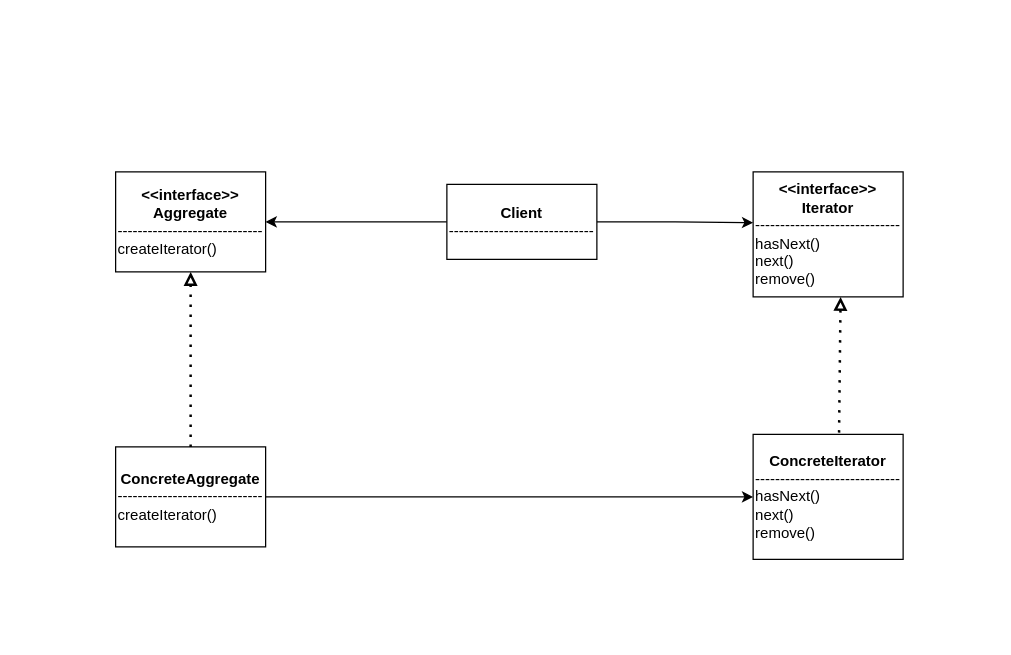
titcoi-eastlaos/diagrams- keeps this draw.io diagram as IteratorStructure.drawio. Above is the earlier version. Source tidied: cells renumbered, new cells numbered last; positions are measured from the earlier drawing's top-left corner, leaving out a move shared by most shapes. Both pictures are drawn from the tidied source at 125%, with x=0, y=0 at pixel (115, 171).
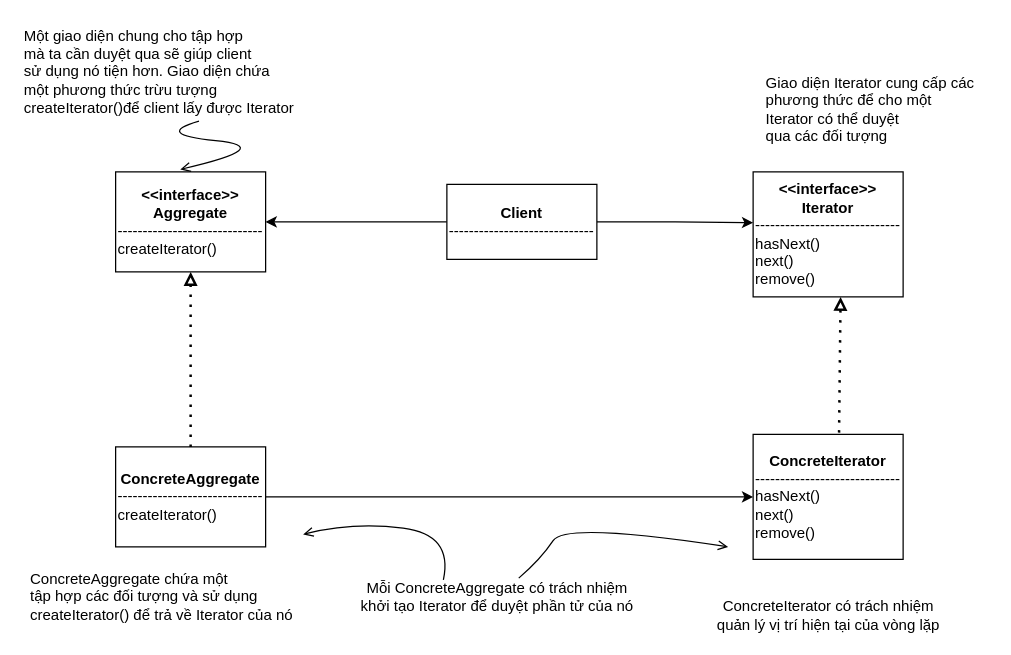
After the change.

Unchanged cells that the change refers to:
```xml
<mxCell id="2" value="&lt;b&gt;&amp;lt;&amp;lt;interface&amp;gt;&amp;gt;&lt;br&gt;Aggregate&lt;/b&gt;&lt;br&gt;-----------------------------&lt;br&gt;&lt;div style=&quot;text-align: left&quot;&gt;&lt;span&gt;createIterator()&lt;/span&gt;&lt;/div&gt;" style="rounded=0;whiteSpace=wrap;html=1;" parent="1" vertex="1">
  <mxGeometry width="120" height="80" as="geometry" />
</mxCell>
```

Change to the diagram source:
```diff
@@
+    <mxCell id="12" value="Một giao diện chung cho tập hợp&lt;br&gt;mà ta cần duyệt qua sẽ giúp client&amp;nbsp;&lt;br&gt;sử dụng nó tiện hơn. Giao diện chứa&lt;br&gt;một phương thức trừu tượng &lt;br&gt;createIterator()để client lấy được Iterator" style="text;html=1;align=left;verticalAlign=middle;points=[];strokeColor=none;fillColor=none;" parent="1" vertex="1">
+      <mxGeometry x="-75" y="-120" width="230" height="80" as="geometry" />
+    </mxCell>
+    <mxCell id="13" style="curved=1;endArrow=open;html=1;rounded=0;exitX=0.616;exitY=0.992;exitDx=0;exitDy=0;exitPerimeter=0;entryX=0.431;entryY=-0.025;entryDx=0;entryDy=0;entryPerimeter=0;endFill=0;" parent="1" edge="1" source="12" target="2">
+      <mxGeometry relative="1" as="geometry">
+        <Array as="points">
+          <mxPoint x="30" y="-30" />
+          <mxPoint x="130" y="-20" />
+        </Array>
+      </mxGeometry>
+    </mxCell>
+    <mxCell id="14" value="ConcreteAggregate chứa một&amp;nbsp;&lt;br&gt;tập hợp các đối tượng và sử dụng&lt;br&gt;createIterator() để trả về Iterator của nó&amp;nbsp;" style="text;html=1;align=left;verticalAlign=middle;strokeColor=none;fillColor=none;" parent="1" vertex="1">
+      <mxGeometry x="-70" y="315" width="230" height="50" as="geometry" />
+    </mxCell>
+    <mxCell id="15" value="ConcreteIterator có trách nhiệm &lt;br&gt;quản lý vị trí hiện tại của vòng lặp" style="text;html=1;align=center;verticalAlign=middle;strokeColor=none;fillColor=none;" parent="1" vertex="1">
+      <mxGeometry x="475" y="340" width="190" height="30" as="geometry" />
+    </mxCell>
+    <mxCell id="16" value="Mỗi ConcreteAggregate có trách nhiệm&lt;br&gt;khởi tạo Iterator để duyệt phần tử của nó" style="text;html=1;align=center;verticalAlign=middle;points=[];strokeColor=none;fillColor=none;" parent="1" vertex="1">
+      <mxGeometry x="190" y="325" width="230" height="30" as="geometry" />
+    </mxCell>
+    <mxCell id="17" style="curved=1;endArrow=open;html=1;rounded=0;endFill=0;exitX=0.314;exitY=0.044;exitDx=0;exitDy=0;exitPerimeter=0;" parent="1" edge="1" source="16">
+      <mxGeometry relative="1" as="geometry">
+        <mxPoint x="150" y="290" as="targetPoint" />
+        <Array as="points">
+          <mxPoint x="270" y="290" />
+          <mxPoint x="190" y="280" />
+        </Array>
+      </mxGeometry>
+    </mxCell>
+    <mxCell id="18" style="curved=1;endArrow=open;html=1;rounded=0;endFill=0;" parent="1" edge="1" source="16">
+      <mxGeometry relative="1" as="geometry">
+        <mxPoint x="490" y="300" as="targetPoint" />
+        <Array as="points">
+          <mxPoint x="340" y="310" />
+          <mxPoint x="360" y="280" />
+        </Array>
+      </mxGeometry>
+    </mxCell>
+    <mxCell id="19" value="&lt;div style=&quot;text-align: left&quot;&gt;&lt;span&gt;Giao diện Iterator cung cấp các&amp;nbsp;&lt;/span&gt;&lt;/div&gt;&lt;div style=&quot;text-align: left&quot;&gt;&lt;span&gt;phương thức để cho một&lt;/span&gt;&lt;/div&gt;&lt;div style=&quot;text-align: left&quot;&gt;&lt;span&gt;Iterator có thể duyệt&lt;/span&gt;&lt;/div&gt;&lt;div style=&quot;text-align: left&quot;&gt;&lt;span&gt;qua các đối tượng&lt;/span&gt;&lt;/div&gt;" style="text;html=1;align=center;verticalAlign=middle;strokeColor=none;fillColor=none;" parent="1" vertex="1">
+      <mxGeometry x="510" y="-80" width="190" height="60" as="geometry" />
+    </mxCell>
```
